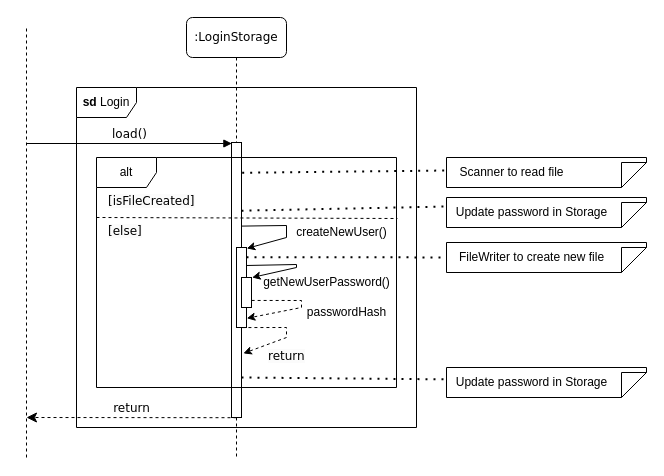
wongwh2002/CS2113TeamProject keeps this draw.io diagram as page "login-sd" (3 of 3) of docs/Diagrams/Storage/storage.drawio. Above is the earlier version. Source tidied: cells renumbered, new cells numbered last; positions are measured from the earlier drawing's top-left corner, leaving out a move shared by most shapes. Both pictures are drawn from the tidied source at 100%, with x=0, y=0 at pixel (26, 17).
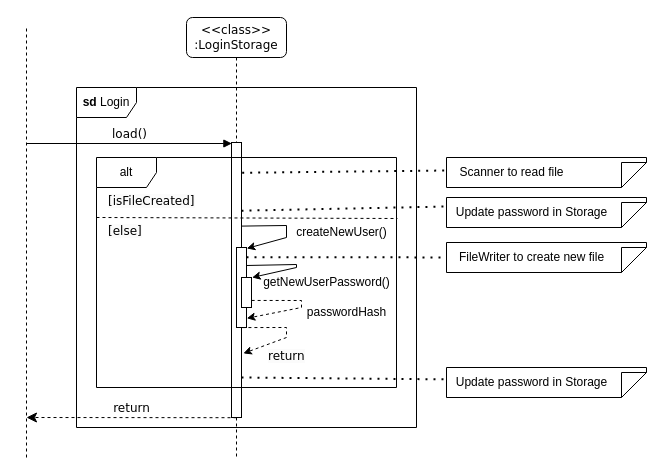
Above is the later version.

Commit message (it also covers changes not shown here):
Add <<class>> to call to static methods

Change to the diagram source:
```diff
@@
-    <mxCell id="2" value=":LoginStorage" style="shape=umlLifeline;perimeter=lifelinePerimeter;whiteSpace=wrap;html=1;rounded=1;shadow=0;comic=0;labelBackgroundColor=none;strokeWidth=1;fontFamily=Verdana;fontSize=12;align=center;" parent="1" vertex="1">
+    <mxCell id="2" value="&amp;lt;&amp;lt;class&amp;gt;&amp;gt;&lt;br&gt;:LoginStorage" style="shape=umlLifeline;perimeter=lifelinePerimeter;whiteSpace=wrap;html=1;rounded=1;shadow=0;comic=0;labelBackgroundColor=none;strokeWidth=1;fontFamily=Verdana;fontSize=12;align=center;" parent="1" vertex="1">
       <mxGeometry x="160" width="100" height="440" as="geometry" />
     </mxCell>
```
